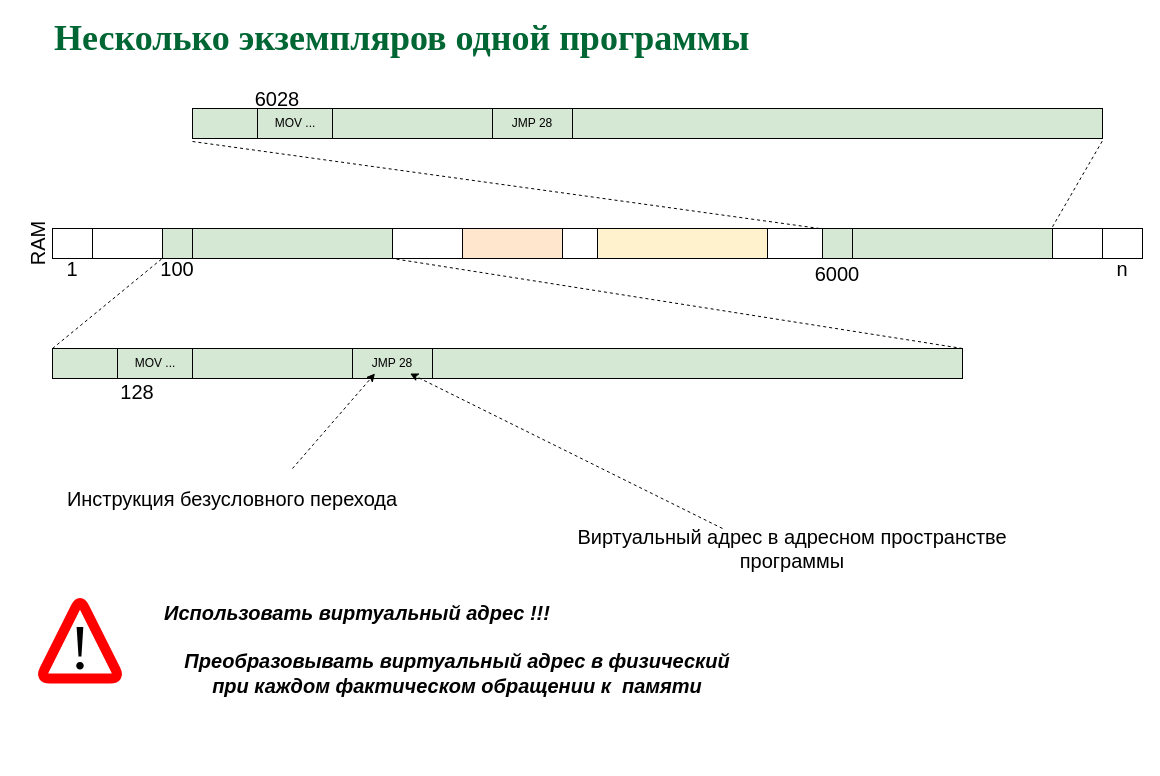
Above: page "P10" (10 of 46) of slides/memmgt.drawio in 77maxikov/os_course (draw.io), before the change. Source tidied: cells renumbered, new cells numbered last; positions are measured from the earlier drawing's top-left corner, leaving out a move shared by most shapes. Both pictures are drawn from the tidied source at 100%, with x=0, y=0 at pixel (12, 28).
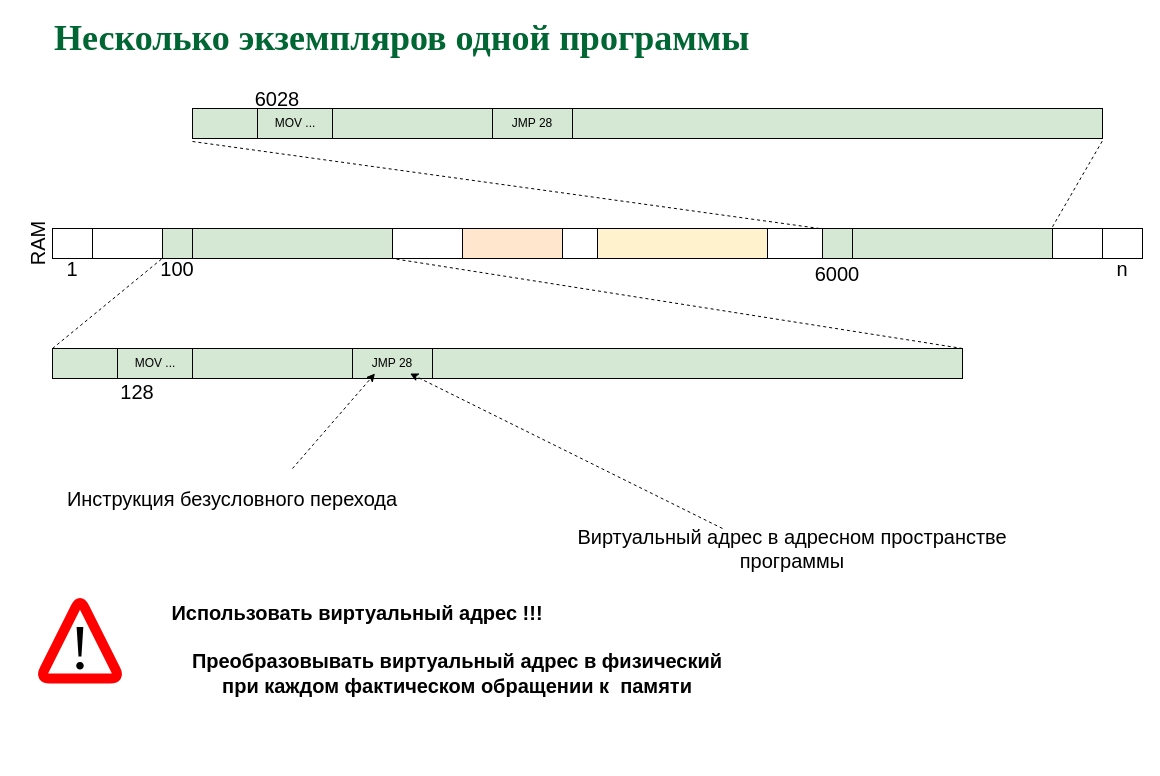
After the change.

Change to the diagram source:
```diff
@@
-    <mxCell id="34" value="&lt;h2&gt;&lt;i&gt;&lt;font style=&quot;font-size: 20px ; background-color: rgb(255 , 255 , 255)&quot;&gt;Преобразовывать виртуальный адрес в физический &lt;br&gt;при каждом фактическом обращении к&amp;nbsp; памяти&lt;/font&gt;&lt;/i&gt;&lt;/h2&gt;" style="text;html=1;strokeColor=none;fillColor=none;align=center;verticalAlign=middle;whiteSpace=wrap;rounded=0;" parent="1" vertex="1">
+    <mxCell id="34" value="&lt;h2&gt;&lt;font style=&quot;font-size: 20px; background-color: rgb(255, 255, 255);&quot;&gt;Преобразовывать виртуальный адрес в физический &lt;br&gt;при каждом фактическом обращении к&amp;nbsp; памяти&lt;/font&gt;&lt;/h2&gt;" style="text;html=1;strokeColor=none;fillColor=none;align=center;verticalAlign=middle;whiteSpace=wrap;rounded=0;" parent="1" vertex="1">
       <mxGeometry x="140" y="560" width="610" height="170" as="geometry" />
     </mxCell>
-    <mxCell id="35" value="&lt;h2&gt;&lt;font style=&quot;font-size: 20px ; background-color: rgb(255 , 255 , 255)&quot;&gt;&lt;i&gt;Использовать виртуальный адрес !!!&lt;/i&gt;&lt;/font&gt;&lt;/h2&gt;" style="text;html=1;strokeColor=none;fillColor=none;align=center;verticalAlign=middle;whiteSpace=wrap;rounded=0;" parent="1" vertex="1">
+    <mxCell id="35" value="&lt;h2&gt;&lt;font style=&quot;font-size: 20px ; background-color: rgb(255 , 255 , 255)&quot;&gt;Использовать виртуальный адрес !!!&lt;/font&gt;&lt;/h2&gt;" style="text;html=1;strokeColor=none;fillColor=none;align=center;verticalAlign=middle;whiteSpace=wrap;rounded=0;" parent="1" vertex="1">
       <mxGeometry x="130" y="500" width="430" height="170" as="geometry" />
     </mxCell>
```
